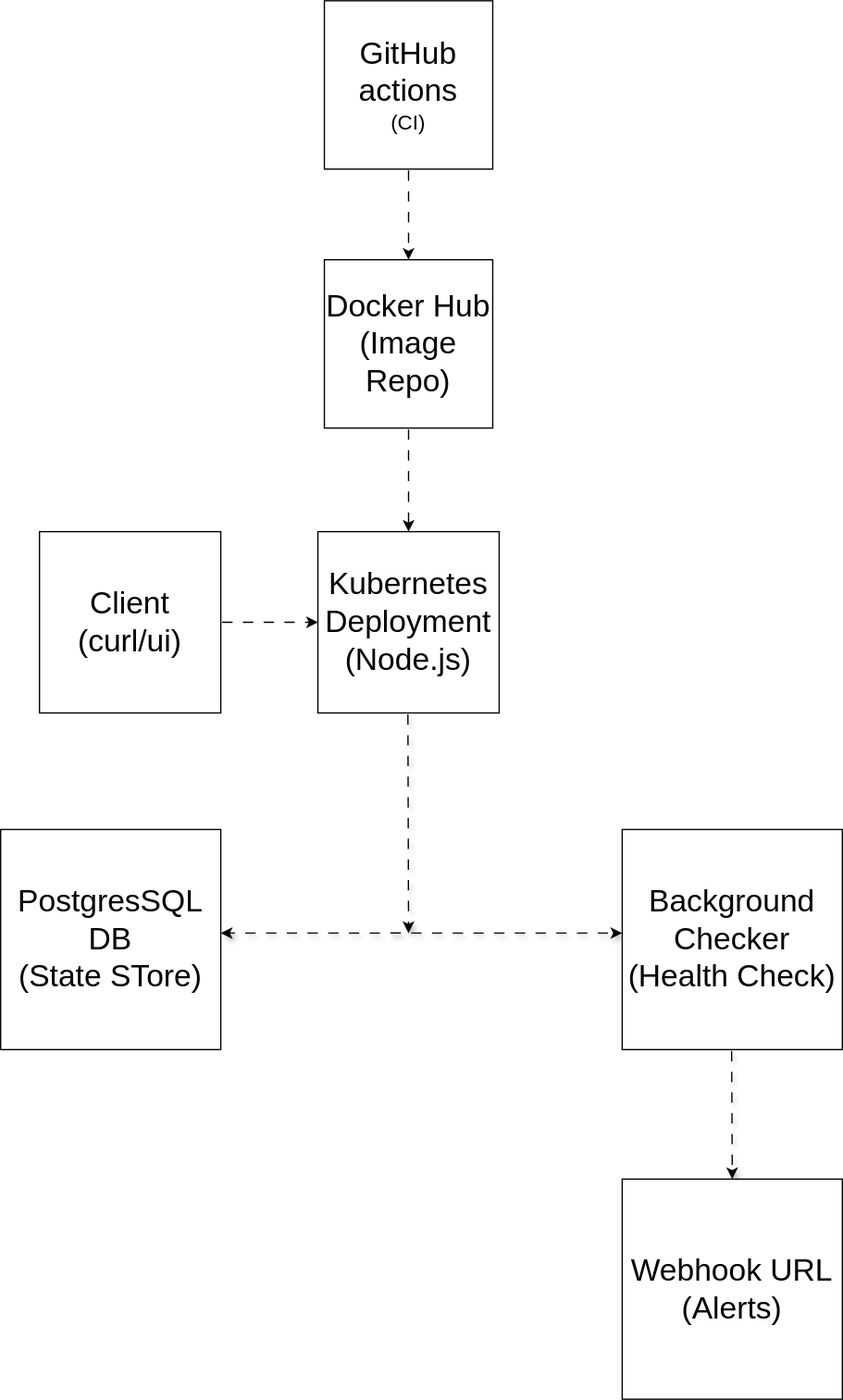
Above: architecture.svg in rutwikrp/Uptime-monitoring (draw.io), before the change. Source tidied: cells renumbered, new cells last; positions are measured from the earlier drawing's top-left corner, leaving out a move shared by most shapes.
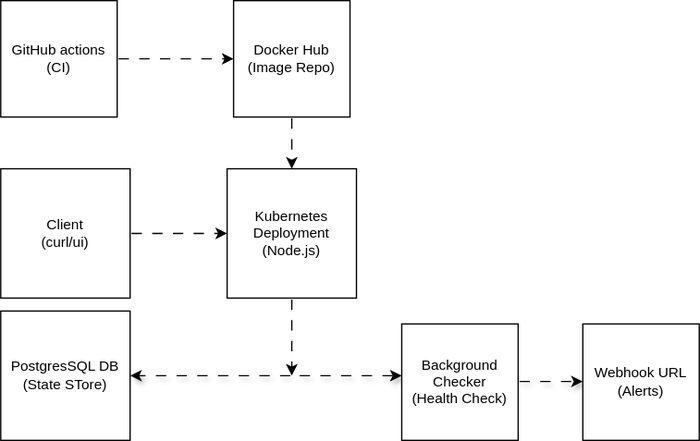
The same diagram one commit later.

Change to the diagram source:
```diff
@@ -2,59 +2,57 @@
   <root>
     <mxCell id="0" />
     <mxCell id="1" parent="0" />
-    <mxCell id="2" style="edgeStyle=orthogonalEdgeStyle;rounded=0;jettySize=auto;html=1;flowAnimation=1;" parent="1" edge="1" source="3" target="5">
+    <mxCell id="2" style="edgeStyle=orthogonalEdgeStyle;rounded=0;jettySize=auto;html=1;flowAnimation=1;fontSize=11;" parent="1" edge="1" source="3" target="5">
       <mxGeometry relative="1" as="geometry" />
     </mxCell>
-    <mxCell id="3" value="&lt;font style=&quot;font-size: 24px;&quot;&gt;GitHub actions&lt;/font&gt;&lt;div&gt;&lt;font size=&quot;3&quot;&gt;(CI)&lt;/font&gt;&lt;/div&gt;" style="whiteSpace=wrap;html=1;" parent="1" vertex="1">
-      <mxGeometry x="250" width="130" height="130" as="geometry" />
+    <mxCell id="3" value="&lt;font&gt;GitHub actions&lt;/font&gt;&lt;div&gt;&lt;font&gt;(CI)&lt;/font&gt;&lt;/div&gt;" style="whiteSpace=wrap;html=1;fontSize=11;" parent="1" vertex="1">
+      <mxGeometry x="70" y="10" width="90" height="90" as="geometry" />
     </mxCell>
-    <mxCell id="4" style="edgeStyle=orthogonalEdgeStyle;rounded=0;jettySize=auto;html=1;flowAnimation=1;endArrow=classic;endFill=1;" parent="1" edge="1" source="5" target="7">
+    <mxCell id="4" style="edgeStyle=orthogonalEdgeStyle;rounded=0;jettySize=auto;html=1;flowAnimation=1;endArrow=classic;endFill=1;fontSize=11;" parent="1" edge="1" source="5" target="7">
       <mxGeometry relative="1" as="geometry" />
     </mxCell>
-    <mxCell id="5" value="&lt;span style=&quot;font-size: 24px;&quot;&gt;Docker Hub&lt;/span&gt;&lt;div&gt;&lt;span style=&quot;font-size: 24px;&quot;&gt;(Image Repo)&lt;/span&gt;&lt;/div&gt;" style="whiteSpace=wrap;html=1;" parent="1" vertex="1">
-      <mxGeometry x="250" y="200" width="130" height="130" as="geometry" />
+    <mxCell id="5" value="&lt;span&gt;Docker Hub&lt;/span&gt;&lt;div&gt;&lt;span&gt;(Image Repo)&lt;/span&gt;&lt;/div&gt;" style="whiteSpace=wrap;html=1;fontSize=11;" parent="1" vertex="1">
+      <mxGeometry x="250" y="10" width="90" height="90" as="geometry" />
     </mxCell>
-    <mxCell id="6" style="edgeStyle=orthogonalEdgeStyle;rounded=0;jettySize=auto;html=1;entryX=0;entryY=0.5;entryDx=0;entryDy=0;exitX=1;exitY=0.5;exitDx=0;exitDy=0;flowAnimation=1;" parent="1" edge="1" source="8" target="7">
+    <mxCell id="6" style="edgeStyle=orthogonalEdgeStyle;rounded=0;jettySize=auto;html=1;entryX=0;entryY=0.5;entryDx=0;entryDy=0;exitX=1;exitY=0.5;exitDx=0;exitDy=0;flowAnimation=1;fontSize=11;" parent="1" edge="1" source="8" target="7">
       <mxGeometry relative="1" as="geometry" />
     </mxCell>
+    <mxCell id="16" style="edgeStyle=none;rounded=0;jettySize=auto;html=1;flowAnimation=1;" parent="1" edge="1" source="7">
+      <mxGeometry relative="1" as="geometry">
+        <mxPoint x="295" y="300" as="targetPoint" />
+      </mxGeometry>
+    </mxCell>
-    <mxCell id="7" value="&lt;span style=&quot;font-size: 24px;&quot;&gt;Kubernetes&lt;/span&gt;&lt;div&gt;&lt;span style=&quot;font-size: 24px;&quot;&gt;Deployment&lt;/span&gt;&lt;/div&gt;&lt;div&gt;&lt;span style=&quot;font-size: 24px;&quot;&gt;(Node.js)&lt;/span&gt;&lt;/div&gt;" style="whiteSpace=wrap;html=1;" parent="1" vertex="1">
-      <mxGeometry x="245" y="410" width="140" height="140" as="geometry" />
+    <mxCell id="7" value="&lt;span&gt;Kubernetes&lt;/span&gt;&lt;div&gt;&lt;span&gt;Deployment&lt;/span&gt;&lt;/div&gt;&lt;div&gt;&lt;span&gt;(Node.js)&lt;/span&gt;&lt;/div&gt;" style="whiteSpace=wrap;html=1;fontSize=11;" parent="1" vertex="1">
+      <mxGeometry x="245" y="140" width="100" height="100" as="geometry" />
     </mxCell>
-    <mxCell id="8" value="&lt;span style=&quot;font-size: 24px;&quot;&gt;Client&lt;/span&gt;&lt;div&gt;&lt;span style=&quot;font-size: 24px;&quot;&gt;(curl/ui)&lt;/span&gt;&lt;/div&gt;" style="whiteSpace=wrap;html=1;" parent="1" vertex="1">
-      <mxGeometry x="30" y="410" width="140" height="140" as="geometry" />
+    <mxCell id="8" value="&lt;span&gt;Client&lt;/span&gt;&lt;div&gt;&lt;span&gt;(curl/ui)&lt;/span&gt;&lt;/div&gt;" style="whiteSpace=wrap;html=1;fontSize=11;" parent="1" vertex="1">
+      <mxGeometry x="70" y="140" width="100" height="100" as="geometry" />
     </mxCell>
-    <mxCell id="9" style="rounded=0;orthogonalLoop=1;jettySize=auto;html=1;flowAnimation=1;shadow=1;" parent="1" edge="1">
-      <mxGeometry relative="1" as="geometry">
-        <mxPoint x="314.5" y="550" as="sourcePoint" />
-        <mxPoint x="315" y="720" as="targetPoint" />
-      </mxGeometry>
-    </mxCell>
-    <mxCell id="10" style="rounded=0;orthogonalLoop=1;jettySize=auto;html=1;flowAnimation=1;shadow=1;" parent="1" edge="1">
+    <mxCell id="10" style="rounded=0;orthogonalLoop=1;jettySize=auto;html=1;flowAnimation=1;shadow=1;fontSize=11;" parent="1" edge="1">
       <mxGeometry relative="1" as="geometry">
-        <mxPoint x="300" y="720" as="sourcePoint" />
-        <mxPoint x="480" y="720" as="targetPoint" />
+        <mxPoint x="300" y="300" as="sourcePoint" />
+        <mxPoint x="380" y="300" as="targetPoint" />
       </mxGeometry>
     </mxCell>
-    <mxCell id="11" style="rounded=0;orthogonalLoop=1;jettySize=auto;html=1;flowAnimation=1;shadow=1;" parent="1" edge="1">
+    <mxCell id="11" style="rounded=0;jettySize=auto;html=1;flowAnimation=1;shadow=1;fontSize=11;entryX=1;entryY=0.5;entryDx=0;entryDy=0;" parent="1" edge="1" target="12">
       <mxGeometry relative="1" as="geometry">
-        <mxPoint x="310" y="720" as="sourcePoint" />
-        <mxPoint x="170" y="720" as="targetPoint" />
+        <mxPoint x="295" y="300" as="sourcePoint" />
       </mxGeometry>
     </mxCell>
-    <mxCell id="12" value="&lt;span style=&quot;font-size: 24px;&quot;&gt;PostgresSQL DB&lt;/span&gt;&lt;div&gt;&lt;span style=&quot;font-size: 24px;&quot;&gt;(State STore)&lt;/span&gt;&lt;/div&gt;" style="whiteSpace=wrap;html=1;" parent="1" vertex="1">
-      <mxGeometry y="640" width="170" height="170" as="geometry" />
+    <mxCell id="12" value="&lt;span&gt;PostgresSQL DB&lt;/span&gt;&lt;div&gt;&lt;span&gt;(State STore)&lt;/span&gt;&lt;/div&gt;" style="whiteSpace=wrap;html=1;fontSize=11;" parent="1" vertex="1">
+      <mxGeometry x="70" y="250" width="100" height="100" as="geometry" />
     </mxCell>
-    <mxCell id="13" value="&lt;span style=&quot;font-size: 24px;&quot;&gt;Background Checker&lt;/span&gt;&lt;div&gt;&lt;span style=&quot;font-size: 24px;&quot;&gt;(Health Check)&lt;/span&gt;&lt;/div&gt;" style="whiteSpace=wrap;html=1;" parent="1" vertex="1">
-      <mxGeometry x="480" y="640" width="170" height="170" as="geometry" />
+    <mxCell id="13" value="&lt;span&gt;Background Checker&lt;/span&gt;&lt;div&gt;&lt;span&gt;(Health Check)&lt;/span&gt;&lt;/div&gt;" style="whiteSpace=wrap;html=1;fontSize=11;" parent="1" vertex="1">
+      <mxGeometry x="380" y="260" width="90" height="90" as="geometry" />
     </mxCell>
-    <mxCell id="14" style="rounded=0;orthogonalLoop=1;jettySize=auto;html=1;flowAnimation=1;shadow=1;" parent="1" edge="1">
+    <mxCell id="14" style="rounded=0;orthogonalLoop=1;jettySize=auto;html=1;flowAnimation=1;shadow=1;fontSize=11;" parent="1" edge="1">
       <mxGeometry relative="1" as="geometry">
-        <mxPoint x="564.5" y="810" as="sourcePoint" />
-        <mxPoint x="565" y="910" as="targetPoint" />
+        <mxPoint x="470" y="304.5" as="sourcePoint" />
+        <mxPoint x="520" y="304.5" as="targetPoint" />
       </mxGeometry>
     </mxCell>
-    <mxCell id="15" value="&lt;span style=&quot;font-size: 24px;&quot;&gt;Webhook URL&lt;/span&gt;&lt;div&gt;&lt;span style=&quot;font-size: 24px;&quot;&gt;(Alerts)&lt;/span&gt;&lt;/div&gt;" style="whiteSpace=wrap;html=1;" parent="1" vertex="1">
-      <mxGeometry x="480" y="910" width="170" height="170" as="geometry" />
+    <mxCell id="15" value="&lt;span&gt;Webhook URL&lt;/span&gt;&lt;div&gt;&lt;span&gt;(Alerts)&lt;/span&gt;&lt;/div&gt;" style="whiteSpace=wrap;html=1;fontSize=11;" parent="1" vertex="1">
+      <mxGeometry x="520" y="260" width="90" height="90" as="geometry" />
     </mxCell>
   </root>
 </mxGraphModel>
```
